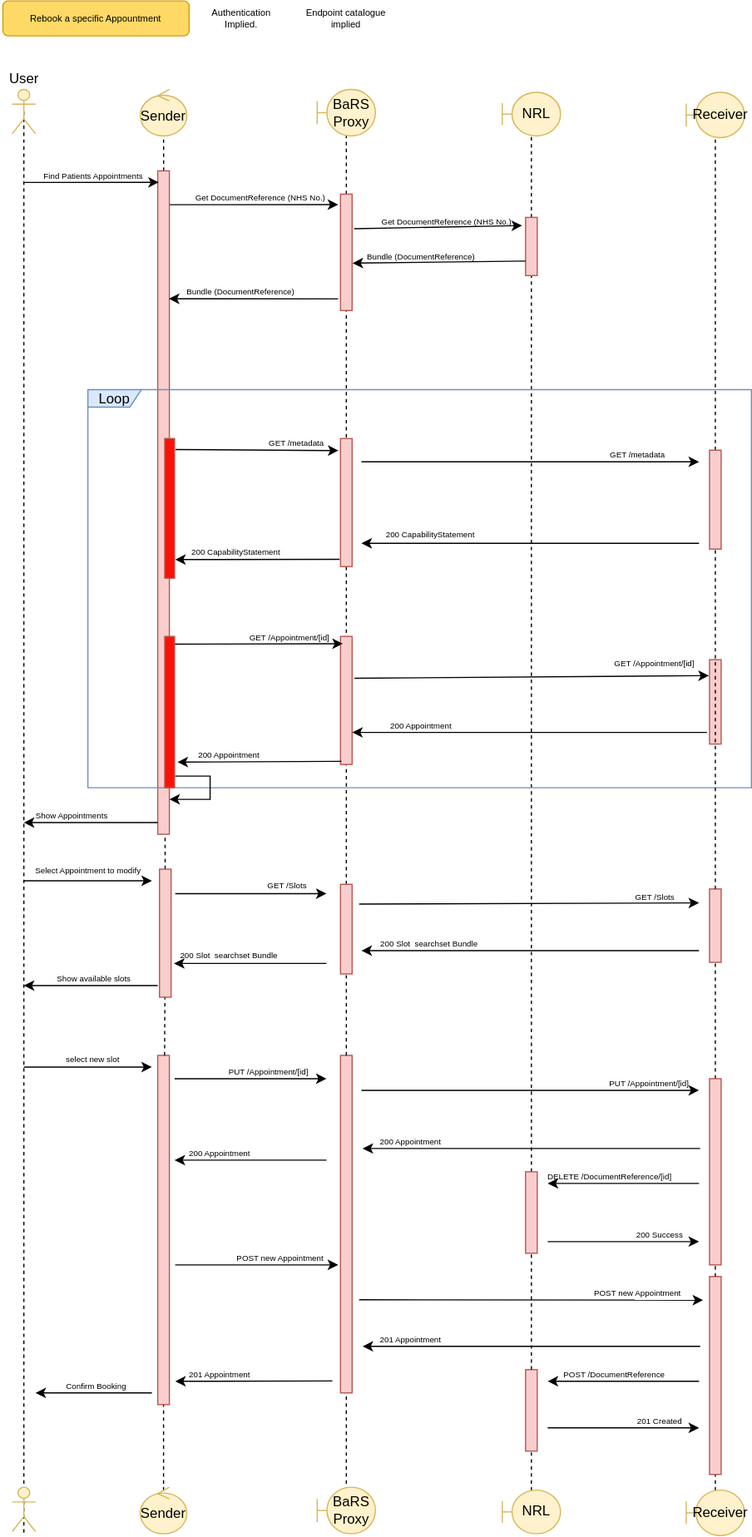
Earlier version of the draw.io export src/images/SequenceDiagrams/BaRS_Foundation_ReBook.drawio.svg (NHSDigital/booking-and-referral-media). Source tidied: cells renumbered, new cells last; positions are measured from the earlier drawing's top-left corner, leaving out a move shared by most shapes.
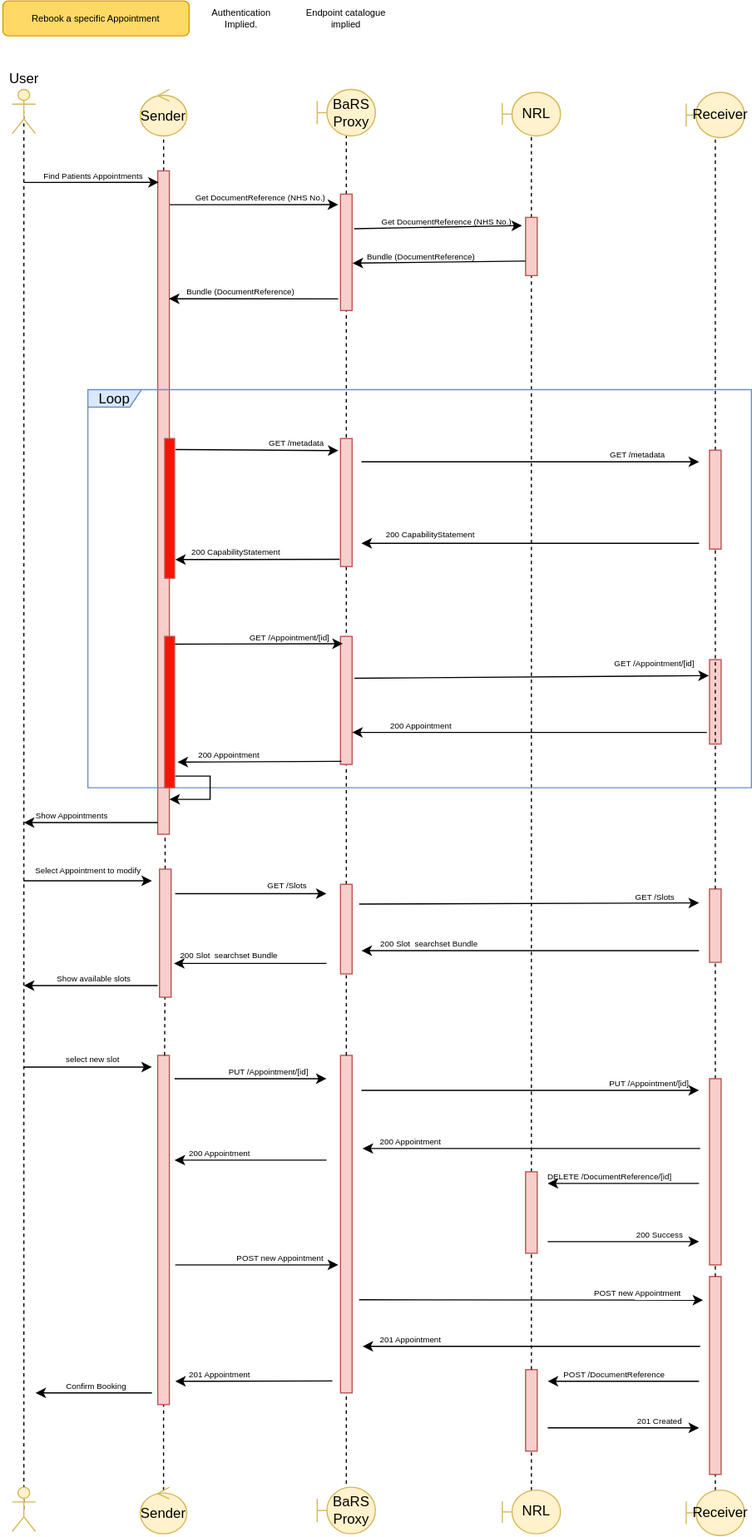
Later version of the same file.

The edit, as a diff of the source:
```diff
@@ -8,10 +8,8 @@
         <mxPoint x="290" y="175" as="targetPoint" />
       </mxGeometry>
     </mxCell>
-    <mxCell id="3" style="endArrow=none;html=1;rounded=0;entryX=0.5;entryY=0.5;entryDx=0;entryDy=0;entryPerimeter=0;dashed=1;strokeWidth=1;" parent="1" edge="1" target="4">
-      <mxGeometry relative="1" as="geometry">
-        <mxPoint x="20" y="1316" as="sourcePoint" />
-      </mxGeometry>
+    <mxCell id="3" style="endArrow=none;html=1;rounded=0;entryX=0.5;entryY=0.5;entryDx=0;entryDy=0;entryPerimeter=0;dashed=1;strokeWidth=1;exitX=0.5;exitY=0.5;exitDx=0;exitDy=0;exitPerimeter=0;" parent="1" edge="1" source="115" target="4">
+      <mxGeometry relative="1" as="geometry" />
     </mxCell>
     <mxCell id="4" value="User&lt;br&gt;" style="shape=umlActor;verticalLabelPosition=top;verticalAlign=bottom;html=1;fillColor=#fff2cc;strokeColor=#d6b656;labelPosition=center;align=center;" parent="1" vertex="1">
       <mxGeometry x="10" y="76" width="20" height="38.1" as="geometry" />
@@ -142,7 +140,7 @@
     <mxCell id="41" value="Show Appointments" style="text;html=1;strokeColor=none;fillColor=none;align=center;verticalAlign=middle;whiteSpace=wrap;rounded=0;fontSize=7;" parent="1" vertex="1">
       <mxGeometry y="686" width="123" height="30" as="geometry" />
     </mxCell>
-    <mxCell id="42" value="Rebook a specific Appountment" style="rounded=1;whiteSpace=wrap;html=1;fontSize=8;fillColor=#FFD966;strokeColor=#d79b00;" parent="1" vertex="1">
+    <mxCell id="42" value="Rebook a specific Appointment" style="rounded=1;whiteSpace=wrap;html=1;fontSize=8;fillColor=#FFD966;strokeColor=#d79b00;" parent="1" vertex="1">
       <mxGeometry x="2" width="160" height="30" as="geometry" />
     </mxCell>
     <mxCell id="43" value="Authentication Implied." style="text;html=1;strokeColor=none;fillColor=none;align=center;verticalAlign=middle;whiteSpace=wrap;rounded=0;fontSize=8;" parent="1" vertex="1">
```
